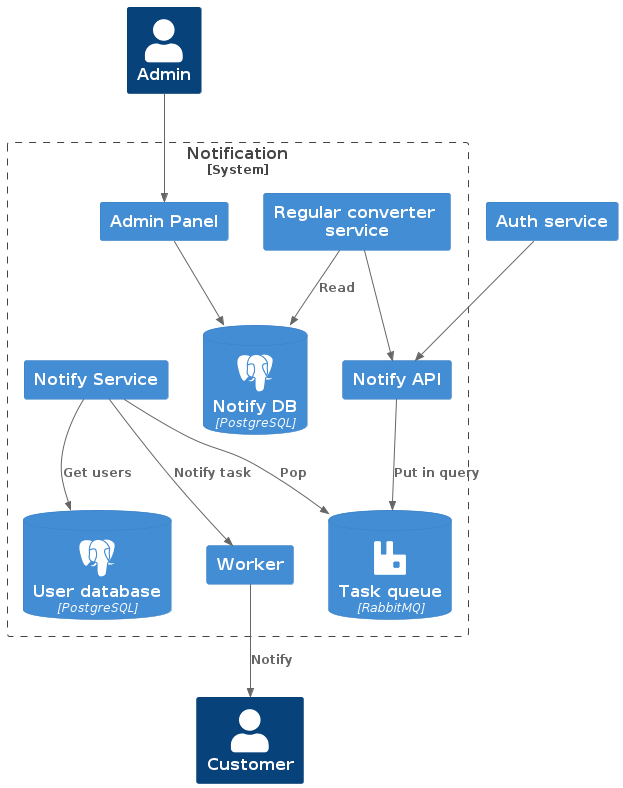
This is diagrams/out/to_be.png from likeinlife-Yandex-Practicum/notification, a PlantUML export, as it was before one commit. The source it was exported from:
```plantuml
@startuml to_be
!include https://raw.githubusercontent.com/plantuml-stdlib/C4-PlantUML/master/C4_Container.puml
!define SPRITES https://raw.githubusercontent.com/rabelenda/cicon-plantuml-sprites/v1.0/sprites
!include SPRITES/postgresql.puml
!include SPRITES/rabbitmq.puml

HIDE_STEREOTYPE()

Person(user, "Customer")
Person(notify_admin, "Admin")

System_Boundary(notification_system, "Notification") {
    Container(admin_panel, "Admin Panel")
    Container(notify_api, "Notify API")
    Container(notify_regular_service, "Regular converter service")
    Container(notify_service, "Notify Service")
    ContainerDb(db, "Notify DB", "PostgreSQL", $sprite="postgresql")
    ContainerDb(queue, "Task queue", "RabbitMQ", $sprite="rabbitmq")
    ContainerDb(user_db, "User database", "PostgreSQL", $sprite="postgresql")
    Container(worker, "Worker")
}

Container(auth_service, "Auth service")

Rel(auth_service, notify_api, "")

Rel(notify_admin, admin_panel, "")
Rel(admin_panel, db, "")

Rel(notify_api, queue, "Put in query")

Rel(notify_regular_service, db, "Read")
Rel(notify_regular_service, notify_api, "")
Rel(notify_service, user_db, "Get users")
Rel(notify_service, worker, "Notify task")
Rel(notify_service, queue, "Pop")

Rel(worker, user, "Notify")

@enduml
```
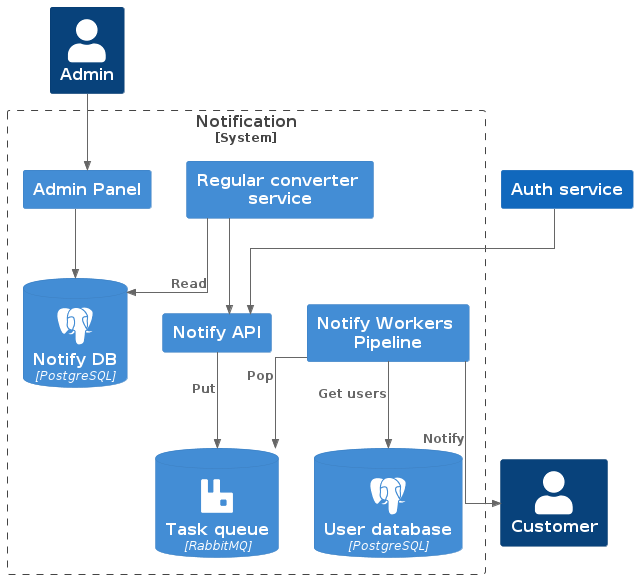
After the commit.

What changed in the source:
```diff
@@ -3,38 +3,38 @@
 !define SPRITES https://raw.githubusercontent.com/rabelenda/cicon-plantuml-sprites/v1.0/sprites
 !include SPRITES/postgresql.puml
 !include SPRITES/rabbitmq.puml
+skinparam linetype polyline
+skinparam linetype ortho
 
 HIDE_STEREOTYPE()
 
 Person(user, "Customer")
 Person(notify_admin, "Admin")
+System(auth_service, "Auth service")
 
 System_Boundary(notification_system, "Notification") {
     Container(admin_panel, "Admin Panel")
     Container(notify_api, "Notify API")
     Container(notify_regular_service, "Regular converter service")
-    Container(notify_service, "Notify Service")
+    Container(notify_workers_pipeline, "Notify Workers Pipeline")
     ContainerDb(db, "Notify DB", "PostgreSQL", $sprite="postgresql")
+
     ContainerDb(queue, "Task queue", "RabbitMQ", $sprite="rabbitmq")
     ContainerDb(user_db, "User database", "PostgreSQL", $sprite="postgresql")
-    Container(worker, "Worker")
 }
-
-Container(auth_service, "Auth service")
 
 Rel(auth_service, notify_api, "")
 
 Rel(notify_admin, admin_panel, "")
 Rel(admin_panel, db, "")
 
-Rel(notify_api, queue, "Put in query")
+Rel(notify_api, queue, "Put")
 
 Rel(notify_regular_service, db, "Read")
 Rel(notify_regular_service, notify_api, "")
-Rel(notify_service, user_db, "Get users")
-Rel(notify_service, worker, "Notify task")
-Rel(notify_service, queue, "Pop")
+Rel(notify_workers_pipeline, user_db, "Get users")
+Rel(notify_workers_pipeline, queue, "Pop")
 
-Rel(worker, user, "Notify")
+Rel(notify_workers_pipeline, user, "Notify")
 
 @enduml
```
